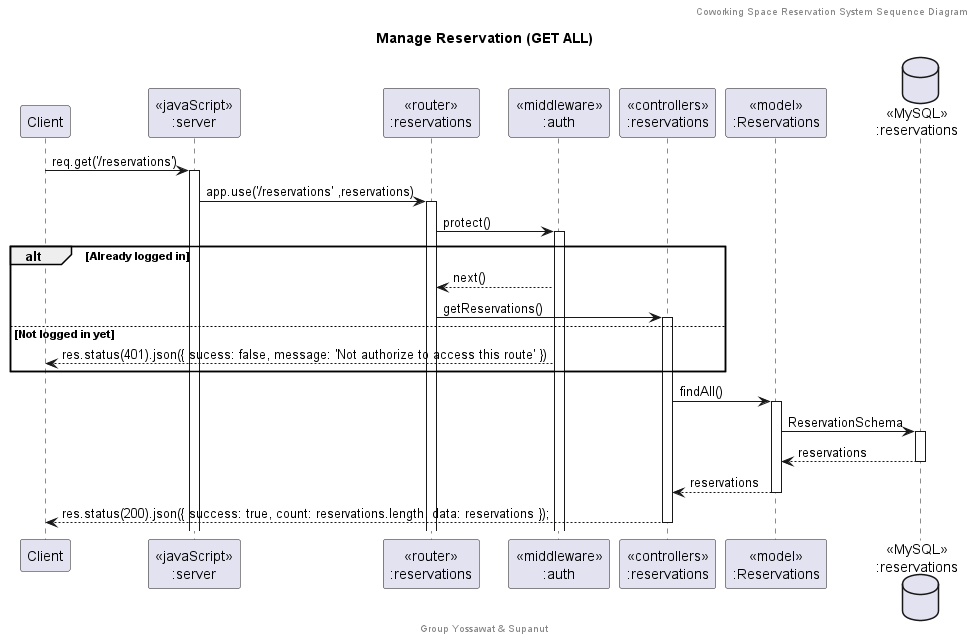
SupanutT/sw-dev-prac-project keeps this PlantUML diagram as doc/Sequence Diagram/png/Manage Reservation (GET ALL).png. Above is the earlier version.
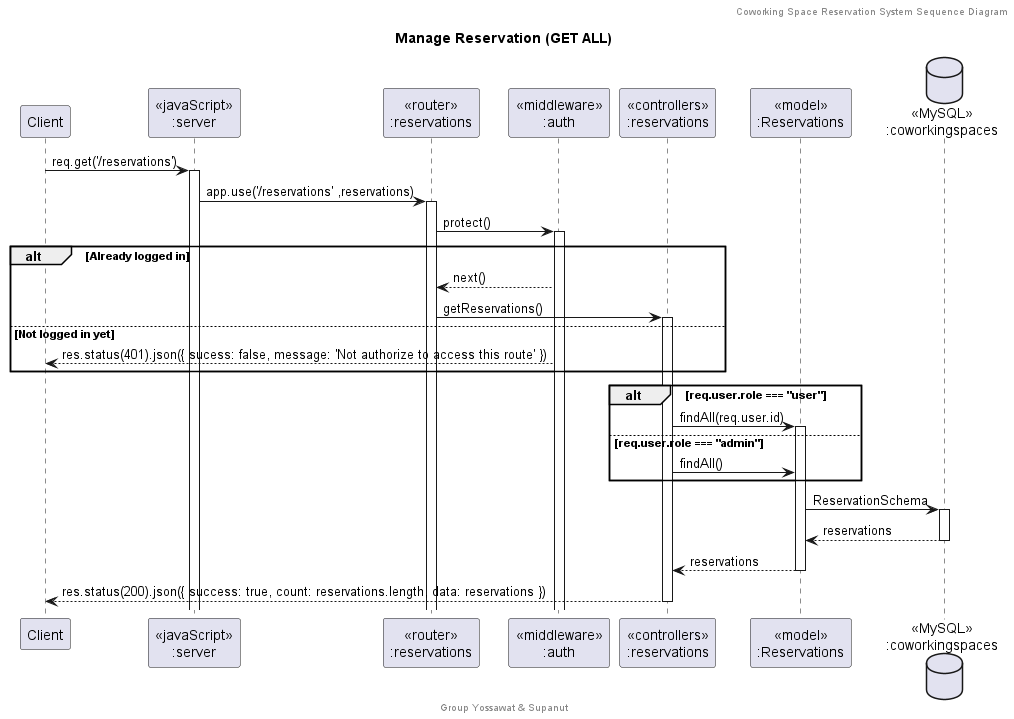
Above is the later version.

The edit, as a diff of the source:
```diff
@@ -10,7 +10,7 @@
 participant "<<middleware>>\n:auth" as middleware
 participant "<<controllers>>\n:reservations" as controllersReservations
 participant "<<model>>\n:Reservations" as modelReservation
-database "<<MySQL>>\n:reservations" as ReservationsDatabase
+database "<<MySQL>>\n:coworkingspaces" as CoworkingSpacesDatabase
 
 client -> server ++:req.get('/reservations')
 server -> routerReservations ++:app.use('/reservations' ,reservations)
@@ -21,10 +21,15 @@
 else Not logged in yet
     middleware --> client : res.status(401).json({ sucess: false, message: 'Not authorize to access this route' })
 end
-controllersReservations -> modelReservation ++: findAll()
-modelReservation -> ReservationsDatabase ++: ReservationSchema
-ReservationsDatabase --> modelReservation --: reservations
+alt req.user.role === "user"
+    controllersReservations -> modelReservation ++: findAll(req.user.id)
+else req.user.role === "admin"
+    controllersReservations -> modelReservation : findAll()
+end
+
+modelReservation -> CoworkingSpacesDatabase ++: ReservationSchema
+CoworkingSpacesDatabase --> modelReservation --: reservations
 controllersReservations <-- modelReservation --: reservations
-controllersReservations --> client --:res.status(200).json({ success: true, count: reservations.length, data: reservations });
+controllersReservations --> client --:res.status(200).json({ success: true, count: reservations.length, data: reservations })
 
 @enduml
```
